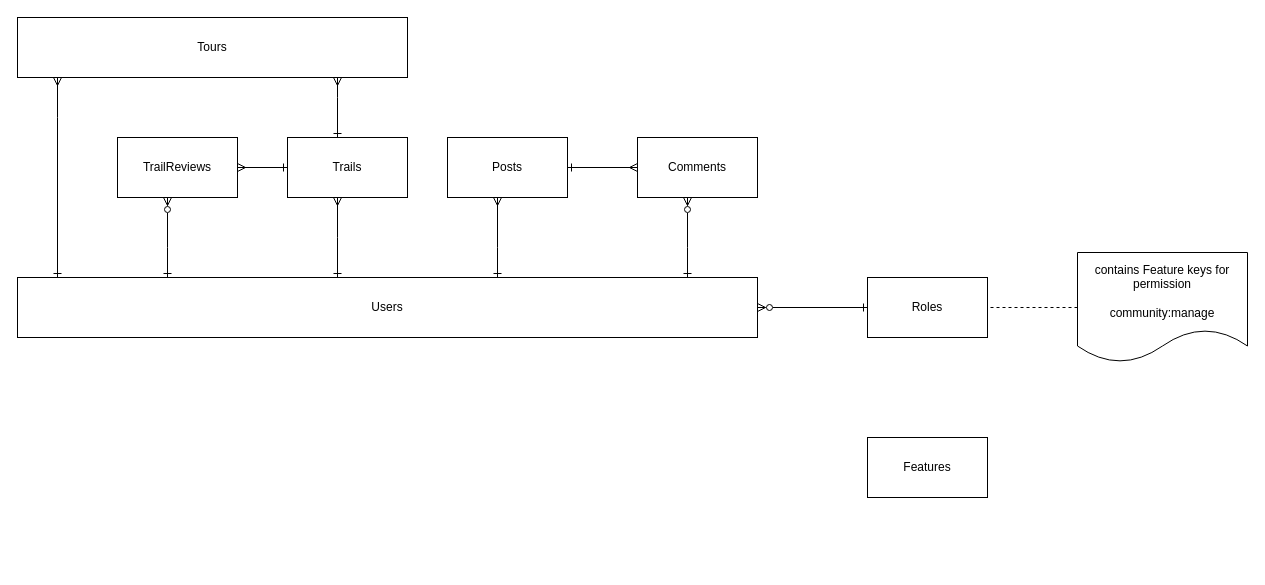
Earlier version of the draw.io diagram page "Modeling" (2 of 3) of docs/draw/sentang.drawio (chavp/DataModeling). Source tidied: cells renumbered, new cells numbered last; positions are measured from the earlier drawing's top-left corner, leaving out a move shared by most shapes. Both pictures are drawn from the tidied source at 100%, with x=0, y=0 at pixel (17, 17).
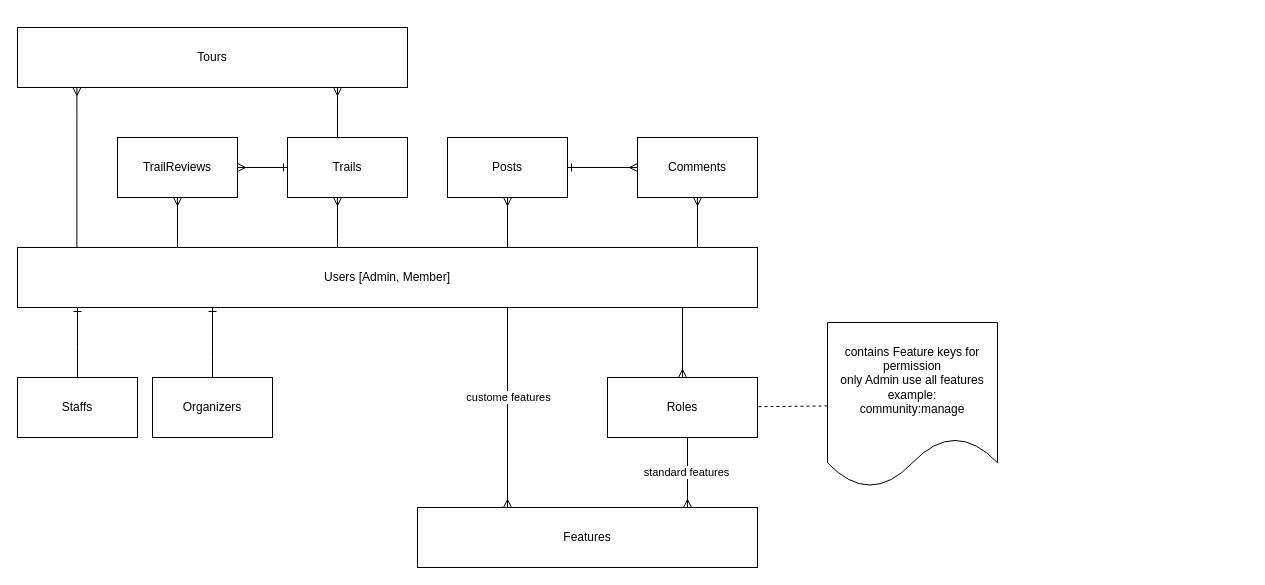
The same page after the edit.

The change refers to these unchanged cells:
```xml
<mxCell id="3" value="Posts" style="rounded=0;whiteSpace=wrap;html=1;" parent="1" vertex="1">
  <mxGeometry x="430" y="120" width="120" height="60" as="geometry" />
</mxCell>
<mxCell id="7" value="Comments" style="rounded=0;whiteSpace=wrap;html=1;" parent="1" vertex="1">
  <mxGeometry x="620" y="120" width="120" height="60" as="geometry" />
</mxCell>
<mxCell id="9" value="Trails" style="rounded=0;whiteSpace=wrap;html=1;" parent="1" vertex="1">
  <mxGeometry x="270" y="120" width="120" height="60" as="geometry" />
</mxCell>
<mxCell id="10" value="TrailReviews" style="rounded=0;whiteSpace=wrap;html=1;" parent="1" vertex="1">
  <mxGeometry x="100" y="120" width="120" height="60" as="geometry" />
</mxCell>
```

Diff of the diagram source:
```diff
@@
-    <mxCell id="2" style="edgeStyle=orthogonalEdgeStyle;rounded=0;jettySize=auto;html=1;startArrow=ERmany;startFill=0;endArrow=ERone;endFill=0;" parent="1" edge="1" source="3" target="5">
+    <mxCell id="2" style="edgeStyle=orthogonalEdgeStyle;rounded=0;jettySize=auto;html=1;startArrow=ERmany;startFill=0;endArrow=none;endFill=0;" parent="1" edge="1" source="3" target="5">
       <mxGeometry relative="1" as="geometry">
         <Array as="points">
           <mxPoint x="480" y="230" />
           <mxPoint x="480" y="230" />
         </Array>
       </mxGeometry>
     </mxCell>
@@
-    <mxCell id="4" style="edgeStyle=orthogonalEdgeStyle;rounded=0;jettySize=auto;html=1;endArrow=ERone;endFill=0;startArrow=ERzeroToMany;startFill=0;" parent="1" edge="1" source="5" target="6">
-      <mxGeometry relative="1" as="geometry" />
-    </mxCell>
-    <mxCell id="5" value="Users" style="rounded=0;whiteSpace=wrap;html=1;" parent="1" vertex="1">
-      <mxGeometry y="260" width="740" height="60" as="geometry" />
+    <mxCell id="5" value="Users [Admin, Member]" style="rounded=0;whiteSpace=wrap;html=1;" parent="1" vertex="1">
+      <mxGeometry y="230" width="740" height="60" as="geometry" />
     </mxCell>
     <mxCell id="6" value="Roles" style="rounded=0;whiteSpace=wrap;html=1;" parent="1" vertex="1">
-      <mxGeometry x="850" y="260" width="120" height="60" as="geometry" />
+      <mxGeometry x="590" y="360" width="150" height="60" as="geometry" />
     </mxCell>
@@
-    <mxCell id="11" style="edgeStyle=orthogonalEdgeStyle;rounded=0;jettySize=auto;html=1;startArrow=ERzeroToMany;startFill=0;endArrow=ERone;endFill=0;" parent="1" edge="1" source="7" target="5">
+    <mxCell id="11" style="edgeStyle=orthogonalEdgeStyle;rounded=0;jettySize=auto;html=1;startArrow=ERmany;startFill=0;endArrow=none;endFill=0;" parent="1" edge="1" source="7" target="5">
       <mxGeometry relative="1" as="geometry">
         <Array as="points">
           <mxPoint x="670" y="230" />
           <mxPoint x="670" y="230" />
         </Array>
       </mxGeometry>
     </mxCell>
-    <mxCell id="12" style="edgeStyle=orthogonalEdgeStyle;rounded=0;jettySize=auto;html=1;startArrow=ERmany;startFill=0;endArrow=ERone;endFill=0;" parent="1" edge="1" source="9" target="5">
+    <mxCell id="12" style="edgeStyle=orthogonalEdgeStyle;rounded=0;jettySize=auto;html=1;startArrow=ERmany;startFill=0;endArrow=none;endFill=0;" parent="1" edge="1" source="9" target="5">
       <mxGeometry relative="1" as="geometry">
         <Array as="points">
           <mxPoint x="320" y="220" />
           <mxPoint x="320" y="220" />
         </Array>
       </mxGeometry>
     </mxCell>
@@
-    <mxCell id="14" style="edgeStyle=orthogonalEdgeStyle;rounded=0;jettySize=auto;html=1;startArrow=ERzeroToMany;startFill=0;endArrow=ERone;endFill=0;" parent="1" edge="1" source="10" target="5">
+    <mxCell id="14" style="edgeStyle=orthogonalEdgeStyle;rounded=0;jettySize=auto;html=1;startArrow=ERmany;startFill=0;endArrow=none;endFill=0;" parent="1" edge="1" source="10" target="5">
       <mxGeometry relative="1" as="geometry">
         <Array as="points">
           <mxPoint x="150" y="230" />
           <mxPoint x="150" y="230" />
         </Array>
       </mxGeometry>
     </mxCell>
@@
-    <mxCell id="16" value="contains Feature keys for permission&lt;div&gt;&lt;br&gt;&lt;div&gt;community:manage&lt;/div&gt;&lt;/div&gt;" style="shape=document;whiteSpace=wrap;html=1;boundedLbl=1;" parent="1" vertex="1">
-      <mxGeometry x="1060" y="235" width="170" height="110" as="geometry" />
+    <mxCell id="16" value="contains Feature keys for permission&lt;div&gt;only Admin use all features&lt;/div&gt;&lt;div&gt;example:&lt;br&gt;&lt;div&gt;community:manage&lt;/div&gt;&lt;/div&gt;" style="shape=document;whiteSpace=wrap;html=1;boundedLbl=1;" parent="1" vertex="1">
+      <mxGeometry x="810" y="305" width="170" height="165" as="geometry" />
     </mxCell>
     <mxCell id="17" value="Tours" style="rounded=0;whiteSpace=wrap;html=1;" parent="1" vertex="1">
-      <mxGeometry width="390" height="60" as="geometry" />
+      <mxGeometry y="10" width="390" height="60" as="geometry" />
     </mxCell>
-    <mxCell id="18" style="edgeStyle=orthogonalEdgeStyle;rounded=0;jettySize=auto;html=1;startArrow=ERmany;startFill=0;endArrow=ERone;endFill=0;" parent="1" edge="1" source="17" target="9">
+    <mxCell id="18" style="edgeStyle=orthogonalEdgeStyle;rounded=0;jettySize=auto;html=1;startArrow=ERmany;startFill=0;endArrow=none;endFill=0;" parent="1" edge="1" source="17" target="9">
       <mxGeometry relative="1" as="geometry">
         <Array as="points">
           <mxPoint x="320" y="80" />
           <mxPoint x="320" y="80" />
         </Array>
       </mxGeometry>
     </mxCell>
-    <mxCell id="19" style="edgeStyle=orthogonalEdgeStyle;rounded=0;jettySize=auto;html=1;startArrow=ERmany;startFill=0;endArrow=ERone;endFill=0;" parent="1" edge="1" source="17" target="5">
+    <mxCell id="19" style="edgeStyle=orthogonalEdgeStyle;rounded=0;orthogonalLoop=1;jettySize=auto;html=1;startArrow=ERmany;startFill=0;endArrow=none;endFill=0;" parent="1" edge="1">
       <mxGeometry relative="1" as="geometry">
+        <mxPoint x="59.4" y="70" as="sourcePoint" />
+        <mxPoint x="59.4" y="230" as="targetPoint" />
         <Array as="points">
-          <mxPoint x="40" y="100" />
-          <mxPoint x="40" y="100" />
+          <mxPoint x="59.3" y="100" />
+          <mxPoint x="59.3" y="100" />
         </Array>
       </mxGeometry>
     </mxCell>
     <mxCell id="20" value="Features" style="rounded=0;whiteSpace=wrap;html=1;" parent="1" vertex="1">
-      <mxGeometry x="850" y="420" width="120" height="60" as="geometry" />
+      <mxGeometry x="400" y="490" width="340" height="60" as="geometry" />
     </mxCell>
+    <mxCell id="21" style="edgeStyle=orthogonalEdgeStyle;rounded=0;jettySize=auto;html=1;endArrow=none;endFill=0;startArrow=ERmany;startFill=0;" parent="1" edge="1" source="6" target="5">
+      <mxGeometry relative="1" as="geometry">
+        <Array as="points">
+          <mxPoint x="670" y="360" />
+          <mxPoint x="670" y="360" />
+        </Array>
+      </mxGeometry>
+    </mxCell>
+    <mxCell id="22" style="edgeStyle=orthogonalEdgeStyle;rounded=0;jettySize=auto;html=1;endArrow=none;endFill=0;startArrow=ERmany;startFill=0;" parent="1" edge="1" source="20" target="6">
+      <mxGeometry relative="1" as="geometry">
+        <Array as="points">
+          <mxPoint x="670" y="480" />
+          <mxPoint x="670" y="480" />
+        </Array>
+      </mxGeometry>
+    </mxCell>
+    <mxCell id="23" value="standard features" style="edgeLabel;html=1;align=center;verticalAlign=middle;" parent="22" vertex="1">
+      <mxGeometry x="0.03" y="2" relative="1" as="geometry" />
+    </mxCell>
+    <mxCell id="24" style="edgeStyle=orthogonalEdgeStyle;rounded=0;jettySize=auto;html=1;endArrow=none;endFill=0;startArrow=ERmany;startFill=0;" parent="1" edge="1" source="20" target="5">
+      <mxGeometry relative="1" as="geometry">
+        <Array as="points">
+          <mxPoint x="490" y="380" />
+          <mxPoint x="490" y="380" />
+        </Array>
+      </mxGeometry>
+    </mxCell>
+    <mxCell id="25" value="custome features" style="edgeLabel;html=1;align=center;verticalAlign=middle;" parent="24" vertex="1">
+      <mxGeometry x="0.11" relative="1" as="geometry" />
+    </mxCell>
+    <mxCell id="26" style="edgeStyle=orthogonalEdgeStyle;rounded=0;jettySize=auto;html=1;endArrow=ERone;endFill=0;" parent="1" edge="1" source="27" target="5">
+      <mxGeometry relative="1" as="geometry">
+        <Array as="points">
+          <mxPoint x="60" y="330" />
+          <mxPoint x="60" y="330" />
+        </Array>
+      </mxGeometry>
+    </mxCell>
+    <mxCell id="27" value="Staffs" style="rounded=0;whiteSpace=wrap;html=1;" parent="1" vertex="1">
+      <mxGeometry y="360" width="120" height="60" as="geometry" />
+    </mxCell>
+    <mxCell id="28" style="edgeStyle=orthogonalEdgeStyle;rounded=0;jettySize=auto;html=1;endArrow=ERone;endFill=0;" parent="1" edge="1" source="29" target="5">
+      <mxGeometry relative="1" as="geometry">
+        <Array as="points">
+          <mxPoint x="195" y="340" />
+          <mxPoint x="195" y="340" />
+        </Array>
+      </mxGeometry>
+    </mxCell>
+    <mxCell id="29" value="Organizers" style="rounded=0;whiteSpace=wrap;html=1;" parent="1" vertex="1">
+      <mxGeometry x="135" y="360" width="120" height="60" as="geometry" />
+    </mxCell>
```
